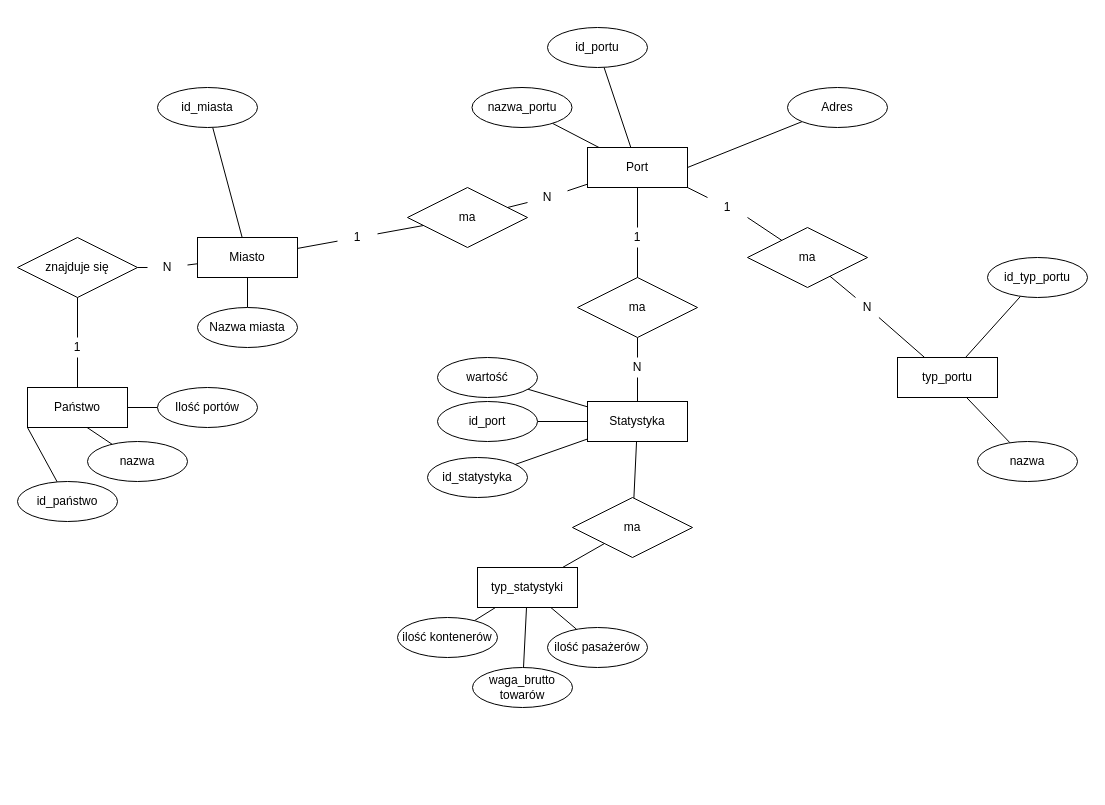
This is page "Page-1" (1 of 2) of porty-merged.drawio from finalkiwii/databases-umbrellas, a draw.io file, before an edit. Source tidied: cells renumbered, new cells numbered last; positions are measured from the earlier drawing's top-left corner, leaving out a move shared by most shapes. Both pictures are drawn from the tidied source at 100%, with x=0, y=0 at pixel (17, 27).
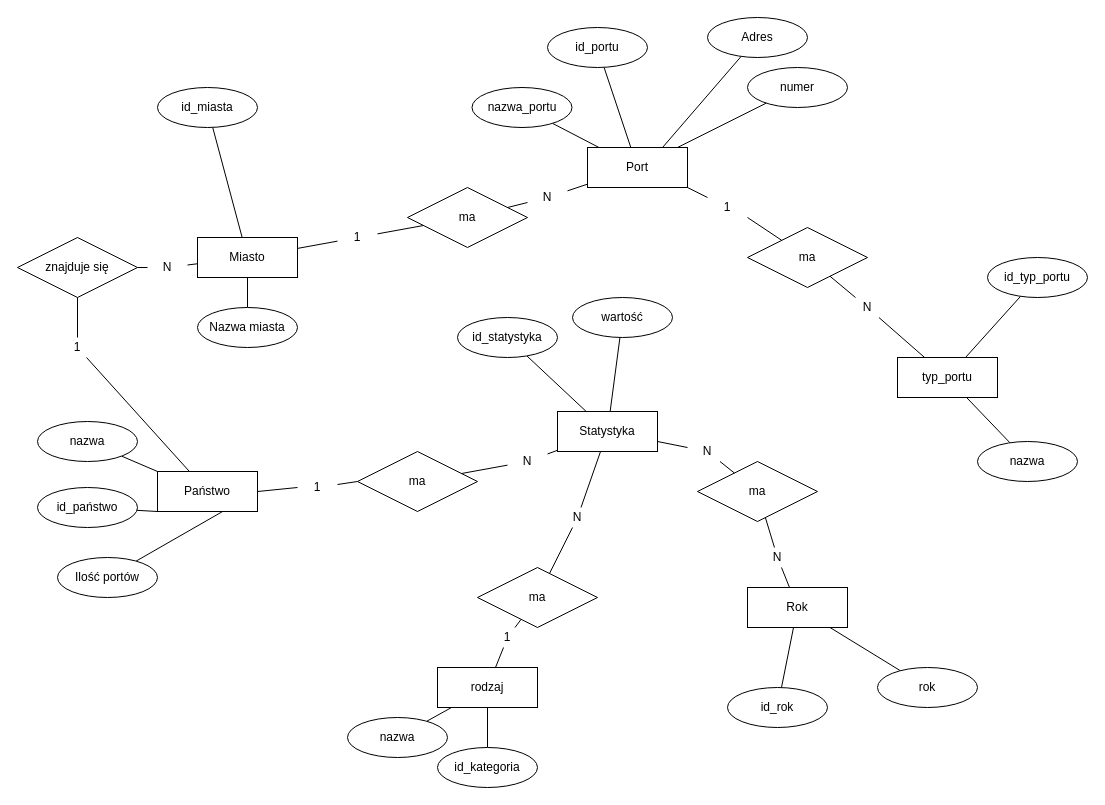
The same diagram, later.

The change refers to these unchanged cells:
```xml
<mxCell id="7" value="Port" style="whiteSpace=wrap;html=1;align=center;" parent="1" vertex="1">
  <mxGeometry x="570" y="120" width="100" height="40" as="geometry" />
</mxCell>
```

Diff of the diagram source:
```diff
@@
     <mxCell id="4" value="nazwa" style="ellipse;whiteSpace=wrap;html=1;align=center;" parent="1" vertex="1">
-      <mxGeometry x="70" y="414" width="100" height="40" as="geometry" />
+      <mxGeometry x="20" y="394" width="100" height="40" as="geometry" />
     </mxCell>
@@
     <mxCell id="6" value="Ilość portów" style="ellipse;whiteSpace=wrap;html=1;align=center;" parent="1" vertex="1">
-      <mxGeometry x="140" y="360" width="100" height="40" as="geometry" />
+      <mxGeometry x="40" y="530" width="100" height="40" as="geometry" />
     </mxCell>
@@
-    <mxCell id="11" style="edgeStyle=none;rounded=0;jettySize=auto;html=1;endArrow=none;endFill=0;entryX=1;entryY=0.5;entryDx=0;entryDy=0;" parent="1" edge="1" source="12" target="7">
+    <mxCell id="11" style="edgeStyle=none;rounded=0;jettySize=auto;html=1;endArrow=none;endFill=0;entryX=0.75;entryY=0;entryDx=0;entryDy=0;" parent="1" edge="1" source="12" target="7">
       <mxGeometry relative="1" as="geometry" />
     </mxCell>
     <mxCell id="12" value="Adres" style="ellipse;whiteSpace=wrap;html=1;align=center;" parent="1" vertex="1">
-      <mxGeometry x="770" y="60" width="100" height="40" as="geometry" />
+      <mxGeometry x="690" y="-10" width="100" height="40" as="geometry" />
     </mxCell>
@@
-    <mxCell id="17" style="edgeStyle=none;rounded=0;jettySize=auto;html=1;endArrow=none;endFill=0;exitX=0.5;exitY=0;exitDx=0;exitDy=0;" parent="1" edge="1" source="36" target="7">
+    <mxCell id="17" style="edgeStyle=none;rounded=0;jettySize=auto;html=1;endArrow=none;endFill=0;exitX=0;exitY=0.5;exitDx=0;exitDy=0;entryX=1;entryY=0.5;entryDx=0;entryDy=0;" parent="1" edge="1" source="36" target="45">
       <mxGeometry relative="1" as="geometry" />
     </mxCell>
@@
     <mxCell id="19" value="Statystyka" style="whiteSpace=wrap;html=1;align=center;" parent="1" vertex="1">
-      <mxGeometry x="570" y="374" width="100" height="40" as="geometry" />
+      <mxGeometry x="540" y="384" width="100" height="40" as="geometry" />
     </mxCell>
@@
-    <mxCell id="21" value="waga_brutto towarów" style="ellipse;whiteSpace=wrap;html=1;align=center;" parent="1" vertex="1">
-      <mxGeometry x="455" y="640" width="100" height="40" as="geometry" />
+    <mxCell id="21" value="id_kategoria" style="ellipse;whiteSpace=wrap;html=1;align=center;" parent="1" vertex="1">
+      <mxGeometry x="420" y="720" width="100" height="40" as="geometry" />
     </mxCell>
@@
-    <mxCell id="23" value="ilość kontenerów" style="ellipse;whiteSpace=wrap;html=1;align=center;" parent="1" vertex="1">
-      <mxGeometry x="380" y="590" width="100" height="40" as="geometry" />
+    <mxCell id="23" value="nazwa" style="ellipse;whiteSpace=wrap;html=1;align=center;" parent="1" vertex="1">
+      <mxGeometry x="330" y="690" width="100" height="40" as="geometry" />
     </mxCell>
-    <mxCell id="24" style="edgeStyle=none;rounded=0;jettySize=auto;html=1;endArrow=none;endFill=0;" parent="1" edge="1" source="25" target="68">
-      <mxGeometry relative="1" as="geometry" />
-    </mxCell>
-    <mxCell id="25" value="ilość pasażerów" style="ellipse;whiteSpace=wrap;html=1;align=center;" parent="1" vertex="1">
-      <mxGeometry x="530" y="600" width="100" height="40" as="geometry" />
-    </mxCell>
     <mxCell id="26" value="ma" style="shape=rhombus;perimeter=rhombusPerimeter;whiteSpace=wrap;html=1;align=center;" parent="1" vertex="1">
-      <mxGeometry x="560" y="250" width="120" height="60" as="geometry" />
+      <mxGeometry x="340" y="424" width="120" height="60" as="geometry" />
     </mxCell>
@@
     <mxCell id="35" value="id_statystyka" style="ellipse;whiteSpace=wrap;html=1;align=center;" parent="1" vertex="1">
-      <mxGeometry x="410" y="430" width="100" height="40" as="geometry" />
+      <mxGeometry x="440" y="290" width="100" height="40" as="geometry" />
     </mxCell>
     <mxCell id="36" value="1" style="text;html=1;strokeColor=none;fillColor=none;align=center;verticalAlign=middle;whiteSpace=wrap;rounded=0;" parent="1" vertex="1">
-      <mxGeometry x="600" y="200" width="40" height="20" as="geometry" />
+      <mxGeometry x="280" y="450" width="40" height="20" as="geometry" />
     </mxCell>
-    <mxCell id="37" style="edgeStyle=none;rounded=0;jettySize=auto;html=1;endArrow=none;endFill=0;exitX=0.5;exitY=0;exitDx=0;exitDy=0;" parent="1" edge="1" source="26" target="36">
+    <mxCell id="37" style="edgeStyle=none;rounded=0;jettySize=auto;html=1;endArrow=none;endFill=0;exitX=0;exitY=0.5;exitDx=0;exitDy=0;" parent="1" edge="1" source="26" target="36">
       <mxGeometry relative="1" as="geometry" />
     </mxCell>
     <mxCell id="38" value="N" style="text;html=1;strokeColor=none;fillColor=none;align=center;verticalAlign=middle;whiteSpace=wrap;rounded=0;" parent="1" vertex="1">
-      <mxGeometry x="600" y="330" width="40" height="20" as="geometry" />
+      <mxGeometry x="490" y="424" width="40" height="20" as="geometry" />
     </mxCell>
@@
     <mxCell id="43" value="id_państwo" style="ellipse;whiteSpace=wrap;html=1;align=center;" parent="1" vertex="1">
-      <mxGeometry y="454" width="100" height="40" as="geometry" />
+      <mxGeometry x="20" y="460" width="100" height="40" as="geometry" />
     </mxCell>
@@
     <mxCell id="45" value="Państwo" style="whiteSpace=wrap;html=1;align=center;" parent="1" vertex="1">
-      <mxGeometry x="10" y="360" width="100" height="40" as="geometry" />
+      <mxGeometry x="140" y="444" width="100" height="40" as="geometry" />
     </mxCell>
@@
-    <mxCell id="65" style="edgeStyle=none;rounded=0;jettySize=auto;html=1;endArrow=none;endFill=0;" parent="1" edge="1" source="67" target="68">
+    <mxCell id="65" style="edgeStyle=none;rounded=0;jettySize=auto;html=1;endArrow=none;endFill=0;" parent="1" edge="1" source="88" target="68">
       <mxGeometry relative="1" as="geometry" />
     </mxCell>
-    <mxCell id="66" style="edgeStyle=none;rounded=0;jettySize=auto;html=1;endArrow=none;endFill=0;" parent="1" edge="1" source="67" target="19">
+    <mxCell id="66" style="edgeStyle=none;rounded=0;jettySize=auto;html=1;endArrow=none;endFill=0;" parent="1" edge="1" source="86" target="19">
       <mxGeometry relative="1" as="geometry" />
     </mxCell>
     <mxCell id="67" value="ma" style="shape=rhombus;perimeter=rhombusPerimeter;whiteSpace=wrap;html=1;align=center;" parent="1" vertex="1">
-      <mxGeometry x="555" y="470" width="120" height="60" as="geometry" />
+      <mxGeometry x="460" y="540" width="120" height="60" as="geometry" />
     </mxCell>
-    <mxCell id="68" value="typ_statystyki" style="whiteSpace=wrap;html=1;align=center;" parent="1" vertex="1">
-      <mxGeometry x="460" y="540" width="100" height="40" as="geometry" />
+    <mxCell id="68" value="rodzaj" style="whiteSpace=wrap;html=1;align=center;" parent="1" vertex="1">
+      <mxGeometry x="420" y="640" width="100" height="40" as="geometry" />
     </mxCell>
@@
     <mxCell id="70" value="wartość" style="ellipse;whiteSpace=wrap;html=1;align=center;" parent="1" vertex="1">
-      <mxGeometry x="420" y="330" width="100" height="40" as="geometry" />
+      <mxGeometry x="555" y="270" width="100" height="40" as="geometry" />
     </mxCell>
-    <mxCell id="71" style="edgeStyle=none;rounded=0;jettySize=auto;html=1;endArrow=none;endFill=0;" parent="1" edge="1" source="72" target="19">
-      <mxGeometry relative="1" as="geometry" />
-    </mxCell>
-    <mxCell id="72" value="id_port" style="ellipse;whiteSpace=wrap;html=1;align=center;" parent="1" vertex="1">
-      <mxGeometry x="420" y="374" width="100" height="40" as="geometry" />
-    </mxCell>
+    <mxCell id="73" value="Rok" style="whiteSpace=wrap;html=1;align=center;" parent="1" vertex="1">
+      <mxGeometry x="730" y="560" width="100" height="40" as="geometry" />
+    </mxCell>
+    <mxCell id="74" style="edgeStyle=none;rounded=0;jettySize=auto;html=1;endArrow=none;endFill=0;" parent="1" edge="1" source="75" target="73">
+      <mxGeometry relative="1" as="geometry" />
+    </mxCell>
+    <mxCell id="75" value="id_rok" style="ellipse;whiteSpace=wrap;html=1;align=center;" parent="1" vertex="1">
+      <mxGeometry x="710" y="660" width="100" height="40" as="geometry" />
+    </mxCell>
+    <mxCell id="76" style="edgeStyle=none;rounded=0;jettySize=auto;html=1;endArrow=none;endFill=0;" parent="1" edge="1" source="83" target="19">
+      <mxGeometry relative="1" as="geometry" />
+    </mxCell>
+    <mxCell id="77" style="edgeStyle=none;rounded=0;jettySize=auto;html=1;endArrow=none;endFill=0;" parent="1" edge="1" source="81" target="73">
+      <mxGeometry relative="1" as="geometry" />
+    </mxCell>
+    <mxCell id="78" value="ma" style="shape=rhombus;perimeter=rhombusPerimeter;whiteSpace=wrap;html=1;align=center;" parent="1" vertex="1">
+      <mxGeometry x="680" y="434" width="120" height="60" as="geometry" />
+    </mxCell>
+    <mxCell id="79" style="edgeStyle=none;rounded=0;jettySize=auto;html=1;endArrow=none;endFill=0;" parent="1" edge="1" source="80" target="73">
+      <mxGeometry relative="1" as="geometry" />
+    </mxCell>
+    <mxCell id="80" value="rok" style="ellipse;whiteSpace=wrap;html=1;align=center;" parent="1" vertex="1">
+      <mxGeometry x="860" y="640" width="100" height="40" as="geometry" />
+    </mxCell>
+    <mxCell id="81" value="N" style="text;html=1;strokeColor=none;fillColor=none;align=center;verticalAlign=middle;whiteSpace=wrap;rounded=0;" parent="1" vertex="1">
+      <mxGeometry x="740" y="520" width="40" height="20" as="geometry" />
+    </mxCell>
+    <mxCell id="82" style="edgeStyle=none;rounded=0;jettySize=auto;html=1;endArrow=none;endFill=0;" parent="1" edge="1" source="78" target="81">
+      <mxGeometry relative="1" as="geometry" />
+    </mxCell>
+    <mxCell id="83" value="N" style="text;html=1;strokeColor=none;fillColor=none;align=center;verticalAlign=middle;whiteSpace=wrap;rounded=0;" parent="1" vertex="1">
+      <mxGeometry x="670" y="414" width="40" height="20" as="geometry" />
+    </mxCell>
+    <mxCell id="84" style="edgeStyle=none;rounded=0;jettySize=auto;html=1;endArrow=none;endFill=0;" parent="1" edge="1" source="78" target="83">
+      <mxGeometry relative="1" as="geometry" />
+    </mxCell>
+    <mxCell id="85" style="edgeStyle=none;rounded=0;orthogonalLoop=1;jettySize=auto;html=1;exitX=0.5;exitY=1;exitDx=0;exitDy=0;endArrow=none;endFill=0;" parent="1" edge="1" source="83" target="83">
+      <mxGeometry relative="1" as="geometry" />
+    </mxCell>
+    <mxCell id="86" value="N" style="text;html=1;strokeColor=none;fillColor=none;align=center;verticalAlign=middle;whiteSpace=wrap;rounded=0;" parent="1" vertex="1">
+      <mxGeometry x="540" y="480" width="40" height="20" as="geometry" />
+    </mxCell>
+    <mxCell id="87" style="edgeStyle=none;rounded=0;jettySize=auto;html=1;endArrow=none;endFill=0;" parent="1" edge="1" source="67" target="86">
+      <mxGeometry relative="1" as="geometry" />
+    </mxCell>
+    <mxCell id="88" value="1" style="text;html=1;strokeColor=none;fillColor=none;align=center;verticalAlign=middle;whiteSpace=wrap;rounded=0;" parent="1" vertex="1">
+      <mxGeometry x="470" y="600" width="40" height="20" as="geometry" />
+    </mxCell>
+    <mxCell id="89" style="edgeStyle=none;rounded=0;jettySize=auto;html=1;endArrow=none;endFill=0;" parent="1" edge="1" source="67" target="88">
+      <mxGeometry relative="1" as="geometry" />
+    </mxCell>
+    <mxCell id="90" style="edgeStyle=none;rounded=1;jumpStyle=arc;jettySize=auto;html=1;startArrow=none;startFill=0;endArrow=none;endFill=0;" parent="1" edge="1" source="91" target="7">
+      <mxGeometry relative="1" as="geometry" />
+    </mxCell>
+    <mxCell id="91" value="numer" style="ellipse;whiteSpace=wrap;html=1;align=center;" parent="1" vertex="1">
+      <mxGeometry x="730" y="40" width="100" height="40" as="geometry" />
+    </mxCell>
```
